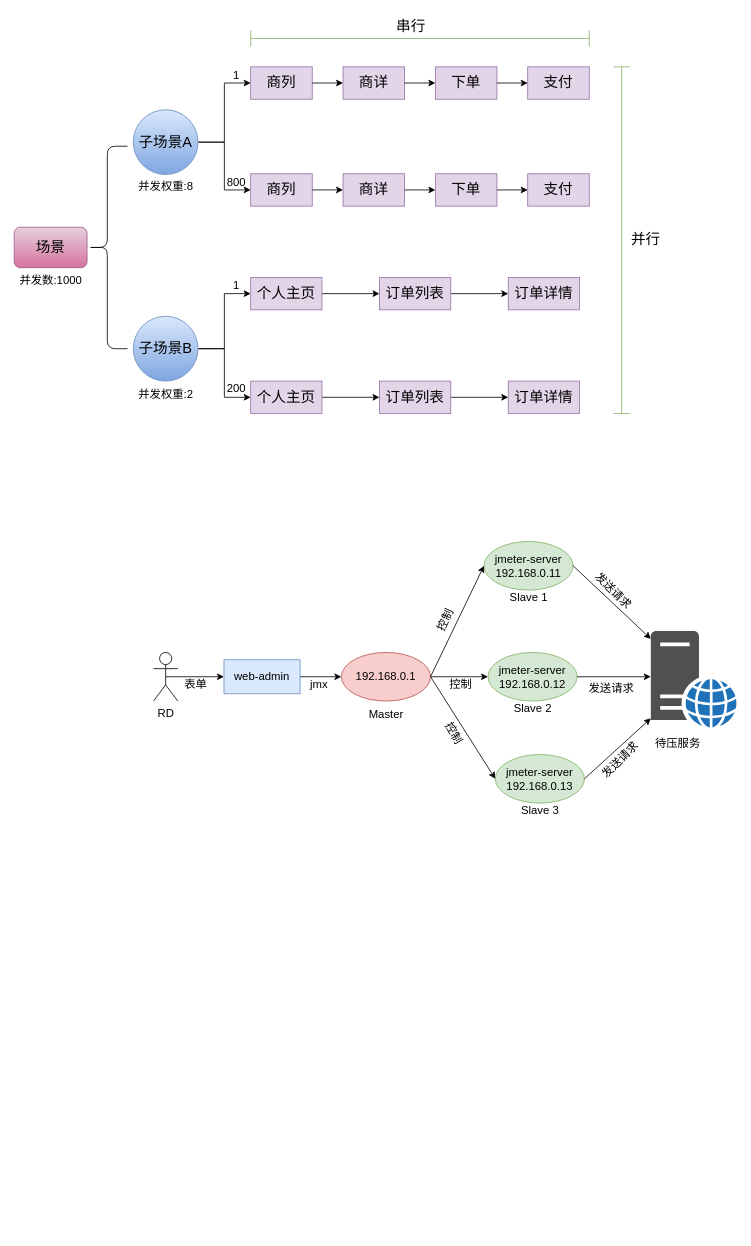
Earlier version of the draw.io diagram tech/presstest/presstest.drawio (waterystone/draw_io). Source tidied: cells renumbered, new cells numbered last; positions are measured from the earlier drawing's top-left corner, leaving out a move shared by most shapes. Both pictures are drawn from the tidied source at 81%, with x=0, y=0 at pixel (14, 14).
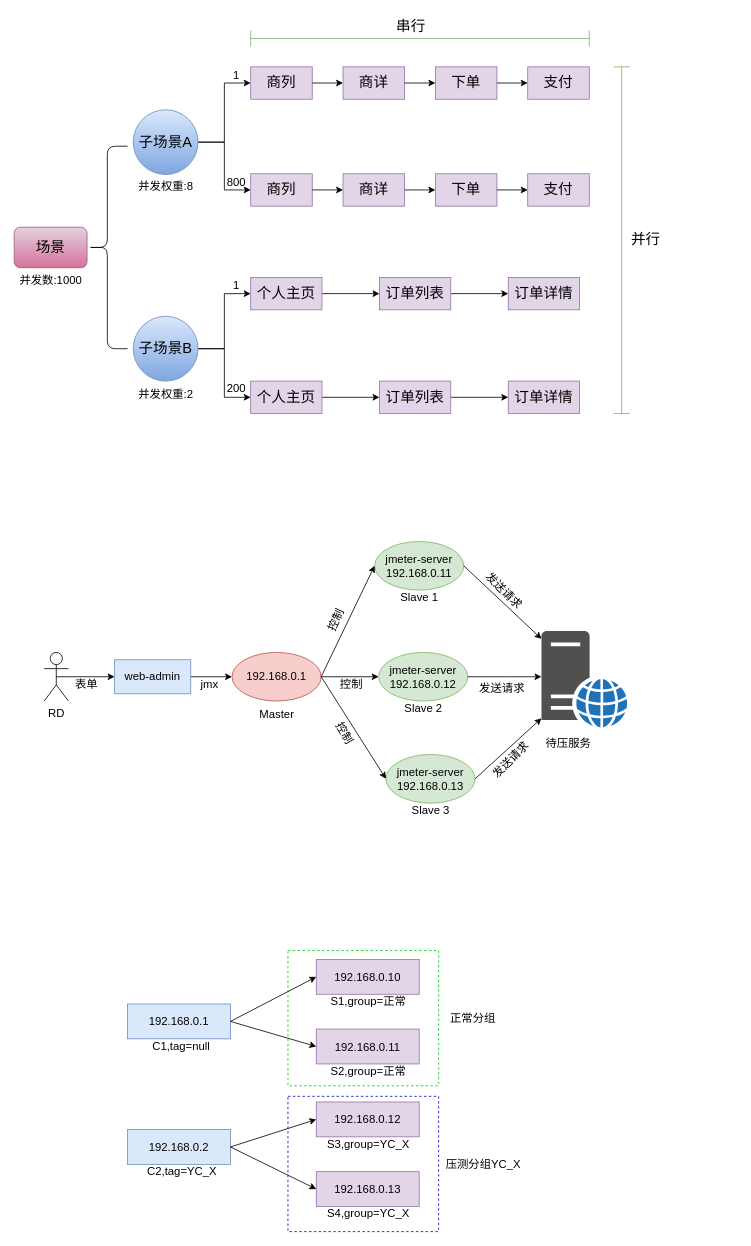
The same diagram, later.

The change refers to these unchanged cells:
```xml
<mxCell id="58" value="jmeter-server&lt;br&gt;192.168.0.12" style="ellipse;whiteSpace=wrap;html=1;fontSize=14;fillColor=#d5e8d4;strokeColor=#82b366;" parent="57" vertex="1">
  <mxGeometry y="28" width="110" height="60" as="geometry" />
</mxCell>
```

The edit, as a diff of the source:
```diff
@@
+    <mxCell id="79" style="rounded=0;whiteSpace=wrap;html=1;fontSize=14;fillColor=none;dashed=1;strokeColor=#00CC00;" parent="1" vertex="1">
+      <mxGeometry x="338" y="1156" width="186" height="167" as="geometry" />
+    </mxCell>
@@
     <mxCell id="48" value="RD" style="shape=umlActor;verticalLabelPosition=bottom;verticalAlign=top;html=1;outlineConnect=0;fontSize=14;fillColor=none;" parent="1" vertex="1">
-      <mxGeometry x="172" y="788" width="30" height="60" as="geometry" />
+      <mxGeometry x="37" y="788" width="30" height="60" as="geometry" />
     </mxCell>
@@
     <mxCell id="50" value="web-admin" style="rounded=0;whiteSpace=wrap;html=1;fontSize=14;fillColor=#dae8fc;strokeColor=#6c8ebf;" parent="1" vertex="1">
-      <mxGeometry x="259" y="797" width="94" height="42" as="geometry" />
+      <mxGeometry x="124" y="797" width="94" height="42" as="geometry" />
     </mxCell>
     <mxCell id="51" style="group;" parent="1" vertex="1">
-      <mxGeometry x="404" y="788" width="110" height="86" as="geometry" />
+      <mxGeometry x="269" y="788" width="110" height="86" as="geometry" />
     </mxCell>
@@
     <mxCell id="54" style="group;" parent="1" vertex="1">
-      <mxGeometry x="580" y="613" width="110" height="86" as="geometry" />
+      <mxGeometry x="445" y="613" width="110" height="86" as="geometry" />
     </mxCell>
@@
     <mxCell id="57" style="group;" parent="1" vertex="1">
-      <mxGeometry x="585" y="760" width="110" height="86" as="geometry" />
+      <mxGeometry x="450" y="760" width="110" height="86" as="geometry" />
     </mxCell>
@@
     <mxCell id="60" style="group;" parent="1" vertex="1">
-      <mxGeometry x="594" y="907" width="110" height="86" as="geometry" />
+      <mxGeometry x="459" y="907" width="110" height="86" as="geometry" />
     </mxCell>
@@
     <mxCell id="63" style="sketch=0;shadow=0;dashed=0;html=1;strokeColor=none;fillColor=#505050;labelPosition=center;verticalLabelPosition=bottom;verticalAlign=top;outlineConnect=0;align=center;shape=mxgraph.office.servers.web_server_blue;fontSize=14;" parent="1" vertex="1">
-      <mxGeometry x="786" y="761.5" width="106" height="119" as="geometry" />
+      <mxGeometry x="651" y="761.5" width="106" height="119" as="geometry" />
     </mxCell>
@@
     <mxCell id="72" style="edgeStyle=orthogonalEdgeStyle;rounded=0;jettySize=auto;html=1;exitX=1;exitY=0.5;exitDx=0;exitDy=0;fontSize=14;" parent="1" edge="1" source="58">
       <mxGeometry relative="1" as="geometry">
-        <mxPoint x="786" y="818" as="targetPoint" />
+        <mxPoint x="651" y="818" as="targetPoint" />
       </mxGeometry>
     </mxCell>
@@
     <mxCell id="76" value="表单" style="text;html=1;align=center;verticalAlign=middle;strokeColor=none;fillColor=none;fontSize=14;" parent="1" vertex="1">
-      <mxGeometry x="205" y="816" width="38" height="21" as="geometry" />
+      <mxGeometry x="70" y="816" width="38" height="21" as="geometry" />
     </mxCell>
     <mxCell id="77" value="jmx" style="text;html=1;align=center;verticalAlign=middle;strokeColor=none;fillColor=none;fontSize=14;" parent="1" vertex="1">
-      <mxGeometry x="360" y="816" width="32" height="21" as="geometry" />
+      <mxGeometry x="225" y="816" width="32" height="21" as="geometry" />
     </mxCell>
     <mxCell id="78" value="待压服务" style="text;html=1;align=center;verticalAlign=middle;strokeColor=none;fillColor=none;fontSize=14;" parent="1" vertex="1">
-      <mxGeometry x="786" y="889" width="66" height="21" as="geometry" />
+      <mxGeometry x="651" y="889" width="66" height="21" as="geometry" />
     </mxCell>
+    <mxCell id="80" style="group;" parent="1" vertex="1">
+      <mxGeometry x="140" y="1222" width="127" height="62" as="geometry" />
+    </mxCell>
+    <mxCell id="81" value="192.168.0.1" style="rounded=0;whiteSpace=wrap;html=1;fontSize=14;fillColor=#dae8fc;strokeColor=#6c8ebf;" parent="80" vertex="1">
+      <mxGeometry width="127" height="43" as="geometry" />
+    </mxCell>
+    <mxCell id="82" value="C1,tag=null" style="text;html=1;align=center;verticalAlign=middle;strokeColor=none;fillColor=none;fontSize=14;" parent="80" vertex="1">
+      <mxGeometry x="25.5" y="41" width="81" height="21" as="geometry" />
+    </mxCell>
+    <mxCell id="83" style="group;" parent="1" vertex="1">
+      <mxGeometry x="140" y="1377" width="127" height="62" as="geometry" />
+    </mxCell>
+    <mxCell id="84" value="192.168.0.2" style="rounded=0;whiteSpace=wrap;html=1;fontSize=14;fillColor=#dae8fc;strokeColor=#6c8ebf;" parent="83" vertex="1">
+      <mxGeometry width="127" height="43" as="geometry" />
+    </mxCell>
+    <mxCell id="85" value="C2,tag=YC_X" style="text;html=1;align=center;verticalAlign=middle;strokeColor=none;fillColor=none;fontSize=14;" parent="83" vertex="1">
+      <mxGeometry x="18.5" y="41" width="96" height="21" as="geometry" />
+    </mxCell>
+    <mxCell id="86" style="group;" parent="1" vertex="1">
+      <mxGeometry x="373" y="1167" width="127" height="62" as="geometry" />
+    </mxCell>
+    <mxCell id="87" value="192.168.0.10" style="rounded=0;whiteSpace=wrap;html=1;fontSize=14;fillColor=#e1d5e7;strokeColor=#9673a6;" parent="86" vertex="1">
+      <mxGeometry width="127" height="43" as="geometry" />
+    </mxCell>
+    <mxCell id="88" value="S1,group=正常" style="text;html=1;align=center;verticalAlign=middle;strokeColor=none;fillColor=none;fontSize=14;" parent="86" vertex="1">
+      <mxGeometry x="12" y="41" width="103" height="21" as="geometry" />
+    </mxCell>
+    <mxCell id="89" style="group;" parent="1" vertex="1">
+      <mxGeometry x="373" y="1253" width="127" height="62" as="geometry" />
+    </mxCell>
+    <mxCell id="90" value="192.168.0.11" style="rounded=0;whiteSpace=wrap;html=1;fontSize=14;fillColor=#e1d5e7;strokeColor=#9673a6;" parent="89" vertex="1">
+      <mxGeometry width="127" height="43" as="geometry" />
+    </mxCell>
+    <mxCell id="91" value="S2,group=正常" style="text;html=1;align=center;verticalAlign=middle;strokeColor=none;fillColor=none;fontSize=14;" parent="89" vertex="1">
+      <mxGeometry x="12" y="41" width="103" height="21" as="geometry" />
+    </mxCell>
+    <mxCell id="92" style="group;" parent="1" vertex="1">
+      <mxGeometry x="373" y="1343" width="127" height="62" as="geometry" />
+    </mxCell>
+    <mxCell id="93" value="192.168.0.12" style="rounded=0;whiteSpace=wrap;html=1;fontSize=14;fillColor=#e1d5e7;strokeColor=#9673a6;" parent="92" vertex="1">
+      <mxGeometry width="127" height="43" as="geometry" />
+    </mxCell>
+    <mxCell id="94" value="S3,group=YC_X" style="text;html=1;align=center;verticalAlign=middle;strokeColor=none;fillColor=none;fontSize=14;" parent="92" vertex="1">
+      <mxGeometry x="7.5" y="41" width="112" height="21" as="geometry" />
+    </mxCell>
+    <mxCell id="95" style="group;" parent="1" vertex="1">
+      <mxGeometry x="373" y="1429" width="127" height="62" as="geometry" />
+    </mxCell>
+    <mxCell id="96" value="192.168.0.13" style="rounded=0;whiteSpace=wrap;html=1;fontSize=14;fillColor=#e1d5e7;strokeColor=#9673a6;" parent="95" vertex="1">
+      <mxGeometry width="127" height="43" as="geometry" />
+    </mxCell>
+    <mxCell id="97" value="S4,group=YC_X" style="text;html=1;align=center;verticalAlign=middle;strokeColor=none;fillColor=none;fontSize=14;" parent="95" vertex="1">
+      <mxGeometry x="7.5" y="41" width="112" height="21" as="geometry" />
+    </mxCell>
+    <mxCell id="98" style="endArrow=classic;html=1;rounded=0;fontSize=14;exitX=1;exitY=0.5;exitDx=0;exitDy=0;entryX=0;entryY=0.5;entryDx=0;entryDy=0;" parent="1" edge="1" source="81" target="87">
+      <mxGeometry relative="1" as="geometry" />
+    </mxCell>
+    <mxCell id="99" style="endArrow=classic;html=1;rounded=0;fontSize=14;exitX=1;exitY=0.5;exitDx=0;exitDy=0;entryX=0;entryY=0.5;entryDx=0;entryDy=0;" parent="1" edge="1" source="81" target="90">
+      <mxGeometry relative="1" as="geometry" />
+    </mxCell>
+    <mxCell id="100" style="endArrow=classic;html=1;rounded=0;fontSize=14;exitX=1;exitY=0.5;exitDx=0;exitDy=0;entryX=0;entryY=0.5;entryDx=0;entryDy=0;" parent="1" edge="1" source="84" target="93">
+      <mxGeometry relative="1" as="geometry" />
+    </mxCell>
+    <mxCell id="101" style="endArrow=classic;html=1;rounded=0;fontSize=14;exitX=1;exitY=0.5;exitDx=0;exitDy=0;entryX=0;entryY=0.5;entryDx=0;entryDy=0;" parent="1" edge="1" source="84" target="96">
+      <mxGeometry relative="1" as="geometry" />
+    </mxCell>
+    <mxCell id="102" value="正常分组" style="text;html=1;align=center;verticalAlign=middle;strokeColor=none;fillColor=none;fontSize=14;" parent="1" vertex="1">
+      <mxGeometry x="533" y="1229" width="66" height="21" as="geometry" />
+    </mxCell>
+    <mxCell id="103" style="rounded=0;whiteSpace=wrap;html=1;fontSize=14;fillColor=none;dashed=1;strokeColor=#0000CC;" parent="1" vertex="1">
+      <mxGeometry x="338" y="1336" width="186" height="167" as="geometry" />
+    </mxCell>
+    <mxCell id="104" value="压测分组YC_X" style="text;html=1;align=center;verticalAlign=middle;strokeColor=none;fillColor=none;fontSize=14;" parent="1" vertex="1">
+      <mxGeometry x="527" y="1409" width="103" height="21" as="geometry" />
+    </mxCell>
```
